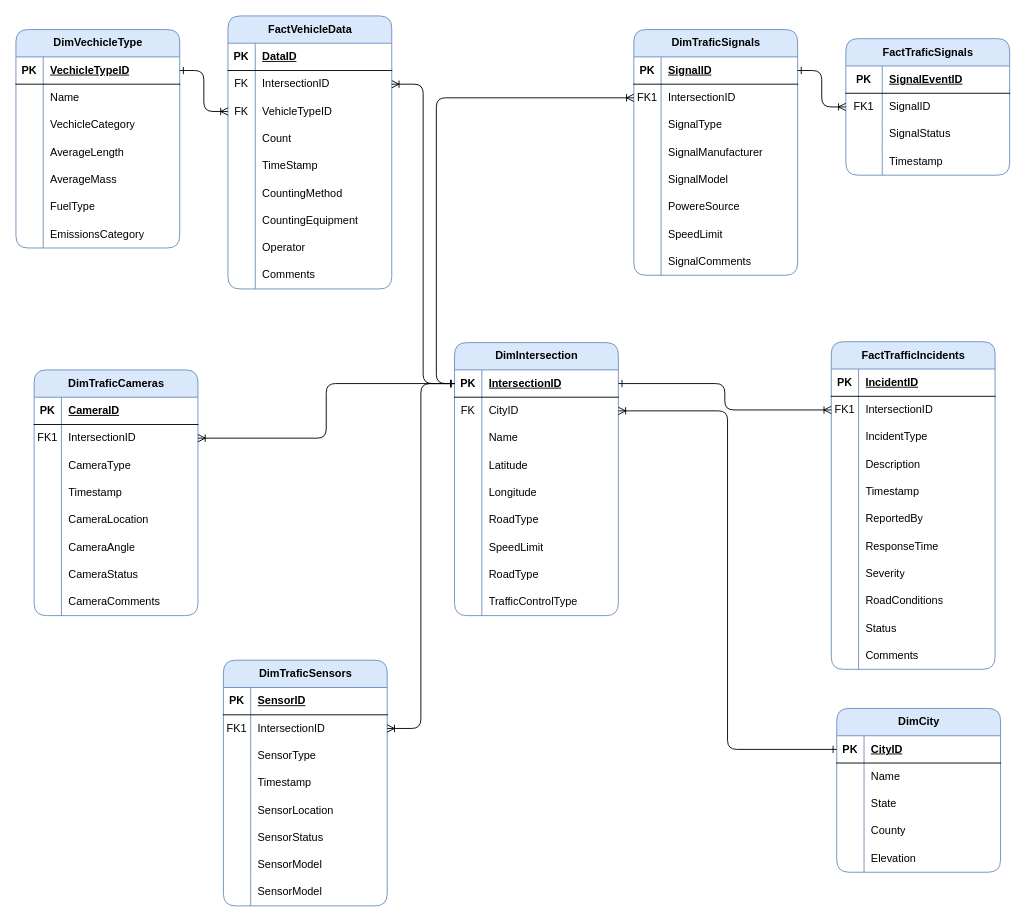
Earlier version of the draw.io diagram page "Page-1" (1 of 2) of ICA03.drawio (Kishan-Teja/TestVSCode_MacM22023). Source tidied: cells renumbered, new cells numbered last; positions are measured from the earlier drawing's top-left corner, leaving out a move shared by most shapes. Both pictures are drawn from the tidied source at 91%, with x=0, y=0 at pixel (15, 15).
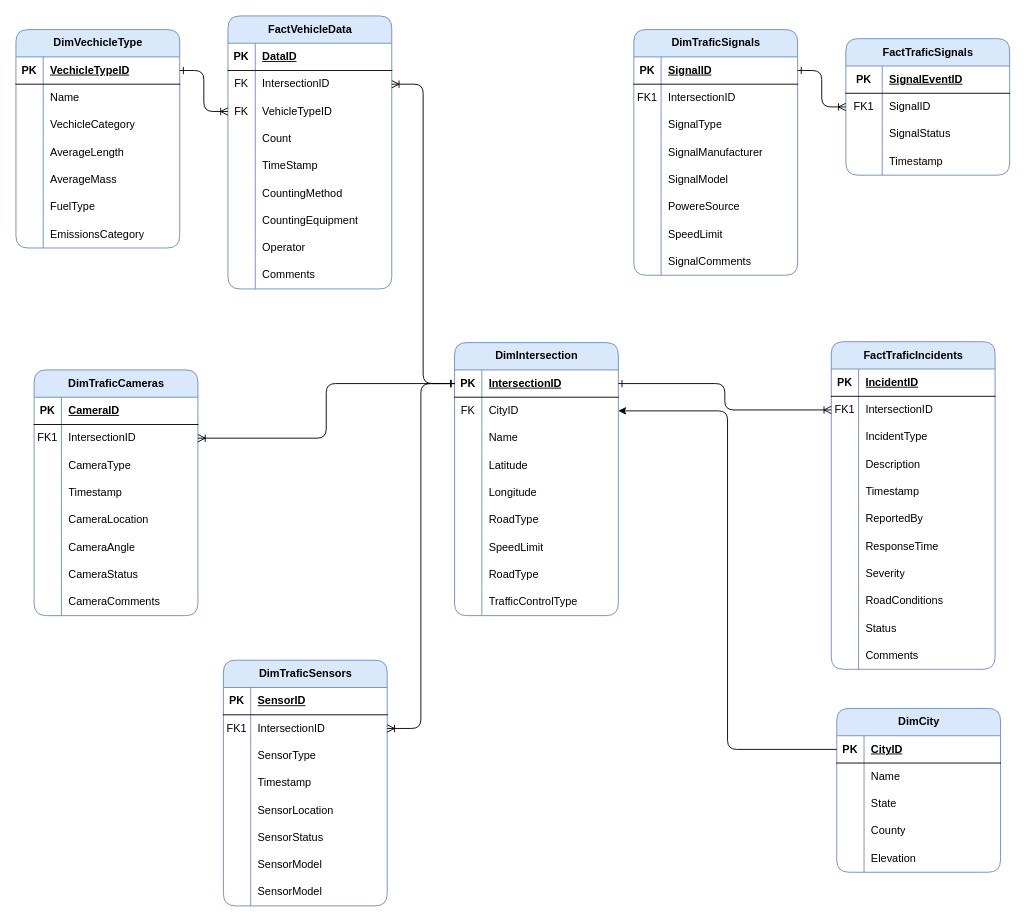
The same diagram, later.

Unchanged cells that the change refers to:
```xml
<mxCell id="3" style="shape=tableRow;horizontal=0;startSize=0;swimlaneHead=0;swimlaneBody=0;fillColor=none;points=[[0,0.5],[1,0.5]];portConstraint=eastwest;top=0;left=0;right=0;bottom=1;rounded=1;" parent="2" vertex="1">
  <mxGeometry y="30" width="180" height="30" as="geometry" />
</mxCell>
<mxCell id="6" style="shape=tableRow;horizontal=0;startSize=0;swimlaneHead=0;swimlaneBody=0;fillColor=none;points=[[0,0.5],[1,0.5]];portConstraint=eastwest;top=0;left=0;right=0;bottom=0;rounded=1;" parent="2" vertex="1">
  <mxGeometry y="60" width="180" height="30" as="geometry" />
</mxCell>
<mxCell id="31" style="shape=tableRow;horizontal=0;startSize=0;swimlaneHead=0;swimlaneBody=0;fillColor=none;points=[[0,0.5],[1,0.5]];portConstraint=eastwest;top=0;left=0;right=0;bottom=1;rounded=1;" parent="30" vertex="1">
  <mxGeometry y="30" width="180" height="30" as="geometry" />
</mxCell>
<mxCell id="50" style="shape=tableRow;horizontal=0;startSize=0;swimlaneHead=0;swimlaneBody=0;fillColor=none;points=[[0,0.5],[1,0.5]];portConstraint=eastwest;top=0;left=0;right=0;bottom=0;rounded=1;" parent="46" vertex="1">
  <mxGeometry y="60" width="180" height="30" as="geometry" />
</mxCell>
```

The edit, as a diff of the source:
```diff
@@
-    <mxCell id="184" value="FactTrafficIncidents" style="shape=table;startSize=30;childLayout=tableLayout;rowLines=0;fontStyle=1;align=center;html=1;fillColor=#dae8fc;strokeColor=#6c8ebf;rounded=1;" parent="1" vertex="1">
+    <mxCell id="184" value="FactTraficIncidents" style="shape=table;startSize=30;childLayout=tableLayout;rowLines=0;fontStyle=1;align=center;html=1;fillColor=#dae8fc;strokeColor=#6c8ebf;rounded=1;" parent="1" vertex="1">
       <mxGeometry x="896" y="358" width="180" height="360" as="geometry" />
     </mxCell>
@@
-    <mxCell id="222" style="edgeStyle=orthogonalEdgeStyle;rounded=1;jettySize=auto;html=1;exitX=0;exitY=0.5;exitDx=0;exitDy=0;entryX=1;entryY=0.5;entryDx=0;entryDy=0;startArrow=ERone;startFill=0;endArrow=ERoneToMany;endFill=0;" parent="1" edge="1" source="31" target="6">
+    <mxCell id="222" style="edgeStyle=orthogonalEdgeStyle;rounded=1;jettySize=auto;html=1;exitX=0;exitY=0.5;exitDx=0;exitDy=0;entryX=1;entryY=0.5;entryDx=0;entryDy=0;" parent="1" edge="1" source="31" target="6">
       <mxGeometry relative="1" as="geometry" />
     </mxCell>
@@
-    <mxCell id="225" style="edgeStyle=orthogonalEdgeStyle;rounded=1;jettySize=auto;html=1;exitX=0;exitY=0.5;exitDx=0;exitDy=0;entryX=0;entryY=0.5;entryDx=0;entryDy=0;startArrow=ERone;startFill=0;endArrow=ERoneToMany;endFill=0;" parent="1" edge="1" source="3" target="50">
-      <mxGeometry relative="1" as="geometry" />
-    </mxCell>
```
